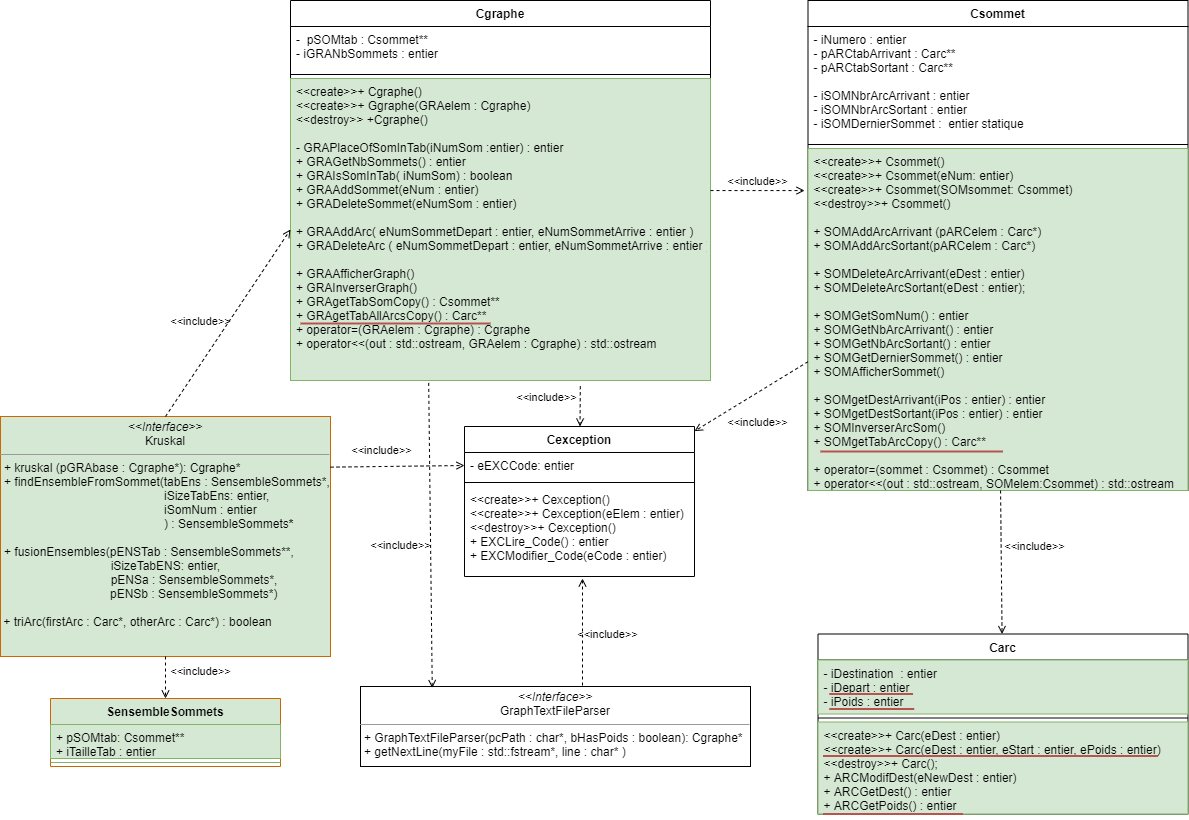
This is ClassDiagram.png from Banalian/ProjetTutCppGraphs, a draw.io export, as it was before one commit. Source tidied: cells renumbered, new cells last; positions are measured from the earlier drawing's top-left corner, leaving out a move shared by most shapes. Its diagram source:
```xml
<mxGraphModel>
  <root>
    <mxCell id="0" />
    <mxCell id="1" parent="0" />
    <mxCell id="2" value="Cgraphe" style="swimlane;fontStyle=1;align=center;verticalAlign=top;horizontal=1;startSize=26;" parent="1" vertex="1">
      <mxGeometry x="290" width="420" height="380" as="geometry" />
    </mxCell>
    <mxCell id="3" value="-  pSOMtab : Csommet**&#10;- iGRANbSommets : entier" style="text;strokeColor=none;fillColor=none;align=left;verticalAlign=top;spacingLeft=4;spacingRight=4;overflow=hidden;" parent="2" vertex="1">
      <mxGeometry y="26" width="420" height="44" as="geometry" />
    </mxCell>
    <mxCell id="4" style="line;strokeWidth=1;fillColor=none;align=left;verticalAlign=middle;spacingTop=-1;spacingLeft=3;spacingRight=3;labelPosition=right;" parent="2" vertex="1">
      <mxGeometry y="70" width="420" height="8" as="geometry" />
    </mxCell>
    <mxCell id="5" value="&lt;&lt;create&gt;&gt;+ Cgraphe()&#10;&lt;&lt;create&gt;&gt;+ Ggraphe(GRAelem : Cgraphe)&#10;&lt;&lt;destroy&gt;&gt; +Cgraphe()&#10;&#10;- GRAPlaceOfSomInTab(iNumSom :entier) : entier&#10;+ GRAGetNbSommets() : entier&#10;+ GRAIsSomInTab( iNumSom) : boolean&#10;+ GRAAddSommet(eNum : entier)&#10;+ GRADeleteSommet(eNumSom : entier)&#10;&#10;+ GRAAddArc( eNumSommetDepart : entier, eNumSommetArrive : entier )&#10;+ GRADeleteArc ( eNumSommetDepart : entier, eNumSommetArrive : entier )&#10;&#10;+ GRAAfficherGraph()&#10;+ GRAInverserGraph()&#10;+ GRAgetTabSomCopy() : Csommet**&#10;+ GRAgetTabAllArcsCopy() : Carc**&#10;+ operator=(GRAelem : Cgraphe) : Cgraphe&#10;+ operator&lt;&lt;(out : std::ostream, GRAelem : Cgraphe) : std::ostream" style="text;strokeColor=#82b366;fillColor=#d5e8d4;align=left;verticalAlign=top;spacingLeft=4;spacingRight=4;overflow=hidden;points=[[0,0.5],[1,0.5]];portConstraint=eastwest;" parent="2" vertex="1">
      <mxGeometry y="78" width="420" height="302" as="geometry" />
    </mxCell>
    <mxCell id="6" value="Csommet" style="swimlane;fontStyle=1;align=center;verticalAlign=top;horizontal=1;startSize=26;" parent="1" vertex="1">
      <mxGeometry x="807.5" width="380" height="490" as="geometry" />
    </mxCell>
    <mxCell id="7" value="- iNumero : entier&#10;- pARCtabArrivant : Carc**&#10;- pARCtabSortant : Carc**&#10;&#10;- iSOMNbrArcArrivant : entier&#10;- iSOMNbrArcSortant : entier&#10;- iSOMDernierSommet :  entier statique" style="text;strokeColor=none;fillColor=none;align=left;verticalAlign=top;spacingLeft=4;spacingRight=4;overflow=hidden;" parent="6" vertex="1">
      <mxGeometry y="26" width="380" height="114" as="geometry" />
    </mxCell>
    <mxCell id="8" style="line;strokeWidth=1;fillColor=none;align=left;verticalAlign=middle;spacingTop=-1;spacingLeft=3;spacingRight=3;labelPosition=right;" parent="6" vertex="1">
      <mxGeometry y="140" width="380" height="8" as="geometry" />
    </mxCell>
    <mxCell id="9" value="&lt;&lt;create&gt;&gt;+ Csommet()&#10;&lt;&lt;create&gt;&gt;+ Csommet(eNum: entier)&#10;&lt;&lt;create&gt;&gt;+ Csommet(SOMsommet: Csommet)&#10;&lt;&lt;destroy&gt;&gt;+ Csommet()&#10;&#10;+ SOMAddArcArrivant (pARCelem : Carc*)&#10;+ SOMAddArcSortant(pARCelem : Carc*)&#10;&#10;+ SOMDeleteArcArrivant(eDest : entier)&#10;+ SOMDeleteArcSortant(eDest : entier);&#10;&#10;+ SOMGetSomNum() : entier&#10;+ SOMGetNbArcArrivant() : entier&#10;+ SOMGetNbArcSortant() : entier&#10;+ SOMGetDernierSommet() : entier&#10;+ SOMAfficherSommet()&#10;&#10;+ SOMgetDestArrivant(iPos : entier) : entier&#10;+ SOMgetDestSortant(iPos : entier) : entier&#10;+ SOMInverserArcSom()&#10;+ SOMgetTabArcCopy() : Carc**&#10;&#10;+ operator=(sommet : Csommet) : Csommet&#10;+ operator&lt;&lt;(out : std::ostream, SOMelem:Csommet) : std::ostream" style="text;strokeColor=#82b366;fillColor=#d5e8d4;align=left;verticalAlign=top;spacingLeft=4;spacingRight=4;overflow=hidden;points=[[0,0.5],[1,0.5]];portConstraint=eastwest;" parent="6" vertex="1">
      <mxGeometry y="148" width="380" height="342" as="geometry" />
    </mxCell>
    <mxCell id="10" value="Carc" style="swimlane;fontStyle=1;align=center;verticalAlign=top;horizontal=1;startSize=26;" parent="1" vertex="1">
      <mxGeometry x="817.5" y="633.5" width="370" height="180" as="geometry" />
    </mxCell>
    <mxCell id="11" value="- iDestination  : entier&#10;- iDepart : entier&#10;- iPoids : entier" style="text;strokeColor=#82b366;fillColor=#d5e8d4;align=left;verticalAlign=top;spacingLeft=4;spacingRight=4;overflow=hidden;" parent="10" vertex="1">
      <mxGeometry y="26" width="370" height="54" as="geometry" />
    </mxCell>
    <mxCell id="12" style="line;strokeWidth=1;fillColor=none;align=left;verticalAlign=middle;spacingTop=-1;spacingLeft=3;spacingRight=3;labelPosition=right;" parent="10" vertex="1">
      <mxGeometry y="80" width="370" height="8" as="geometry" />
    </mxCell>
    <mxCell id="13" value="&lt;&lt;create&gt;&gt;+ Carc(eDest : entier)&#10;&lt;&lt;create&gt;&gt;+ Carc(eDest : entier, eStart : entier, ePoids : entier)&#10;&lt;&lt;destroy&gt;&gt;+ Carc();&#10;+ ARCModifDest(eNewDest : entier)&#10;+ ARCGetDest() : entier&#10;+ ARCGetPoids() : entier" style="text;strokeColor=#82b366;fillColor=#d5e8d4;align=left;verticalAlign=top;spacingLeft=4;spacingRight=4;overflow=hidden;" parent="10" vertex="1">
      <mxGeometry y="88" width="370" height="92" as="geometry" />
    </mxCell>
    <mxCell id="14" value="Cexception" style="swimlane;fontStyle=1;align=center;verticalAlign=top;horizontal=1;startSize=26;" parent="1" vertex="1">
      <mxGeometry x="464" y="426" width="230" height="150" as="geometry" />
    </mxCell>
    <mxCell id="15" value="- eEXCCode: entier" style="text;strokeColor=none;fillColor=none;align=left;verticalAlign=top;spacingLeft=4;spacingRight=4;overflow=hidden;points=[[0,0.5],[1,0.5]];portConstraint=eastwest;" parent="14" vertex="1">
      <mxGeometry y="26" width="230" height="26" as="geometry" />
    </mxCell>
    <mxCell id="16" style="line;strokeWidth=1;fillColor=none;align=left;verticalAlign=middle;spacingTop=-1;spacingLeft=3;spacingRight=3;labelPosition=right;" parent="14" vertex="1">
      <mxGeometry y="52" width="230" height="8" as="geometry" />
    </mxCell>
    <mxCell id="17" value="&lt;&lt;create&gt;&gt;+ Cexception()&#10;&lt;&lt;create&gt;&gt;+ Cexception(eElem : entier)&#10;&lt;&lt;destroy&gt;&gt;+ Cexception()&#10;+ EXCLire_Code() : entier&#10;+ EXCModifier_Code(eCode : entier)" style="text;strokeColor=none;fillColor=none;align=left;verticalAlign=top;spacingLeft=4;spacingRight=4;overflow=hidden;points=[[0,0.5],[1,0.5]];portConstraint=eastwest;" parent="14" vertex="1">
      <mxGeometry y="60" width="230" height="90" as="geometry" />
    </mxCell>
    <mxCell id="18" value="&amp;lt;&amp;lt;include&amp;gt;&amp;gt;" style="html=1;verticalAlign=bottom;labelBackgroundColor=none;endArrow=open;endFill=0;dashed=1;" parent="1" edge="1" source="6" target="14">
      <mxGeometry x="0.19" y="33" relative="1" as="geometry" />
    </mxCell>
    <mxCell id="19" value="&amp;lt;&amp;lt;include&amp;gt;&amp;gt;" style="html=1;verticalAlign=bottom;labelBackgroundColor=none;endArrow=open;endFill=0;dashed=1;exitX=0.69;exitY=1.019;exitDx=0;exitDy=0;exitPerimeter=0;" parent="1" edge="1" source="5" target="14">
      <mxGeometry x="0.02" y="-34" relative="1" as="geometry" />
    </mxCell>
    <mxCell id="20" value="&amp;lt;&amp;lt;include&amp;gt;&amp;gt;" style="html=1;verticalAlign=bottom;labelBackgroundColor=none;endArrow=open;endFill=0;dashed=1;entryX=-0.009;entryY=0.123;entryDx=0;entryDy=0;entryPerimeter=0;" parent="1" edge="1" source="2" target="9">
      <mxGeometry relative="1" as="geometry" />
    </mxCell>
    <mxCell id="21" value="&amp;lt;&amp;lt;include&amp;gt;&amp;gt;" style="html=1;verticalAlign=bottom;labelBackgroundColor=none;endArrow=open;endFill=0;dashed=1;" parent="1" edge="1" source="6" target="10">
      <mxGeometry x="-0.1" y="33" relative="1" as="geometry" />
    </mxCell>
    <mxCell id="22" value="&lt;p style=&quot;margin: 0px ; margin-top: 4px ; text-align: center&quot;&gt;&lt;i&gt;&amp;lt;&amp;lt;Interface&amp;gt;&amp;gt;&lt;/i&gt;&lt;br&gt;&lt;span style=&quot;text-align: left&quot;&gt;GraphTextFileParser&lt;/span&gt;&lt;br&gt;&lt;/p&gt;&lt;hr size=&quot;1&quot;&gt;&lt;p style=&quot;margin: 0px ; margin-left: 4px&quot;&gt;+ GraphTextFileParser(pcPath : char*, bHasPoids : boolean): Cgraphe*&lt;br&gt;&lt;/p&gt;&lt;p style=&quot;margin: 0px ; margin-left: 4px&quot;&gt;+ getNextLine(myFile : std::fstream*, line : char* )&lt;/p&gt;" style="verticalAlign=top;align=left;overflow=fill;fontSize=12;fontFamily=Helvetica;html=1;" parent="1" vertex="1">
      <mxGeometry x="360" y="686" width="390" height="80" as="geometry" />
    </mxCell>
    <mxCell id="23" value="&amp;lt;&amp;lt;include&amp;gt;&amp;gt;" style="html=1;verticalAlign=bottom;labelBackgroundColor=none;endArrow=open;endFill=0;dashed=1;exitX=0.329;exitY=1.008;exitDx=0;exitDy=0;exitPerimeter=0;entryX=0.184;entryY=0.019;entryDx=0;entryDy=0;entryPerimeter=0;" parent="1" edge="1" source="5" target="22">
      <mxGeometry x="0.12" y="-30" relative="1" as="geometry" />
    </mxCell>
    <mxCell id="24" value="&amp;lt;&amp;lt;include&amp;gt;&amp;gt;" style="html=1;verticalAlign=bottom;labelBackgroundColor=none;endArrow=open;endFill=0;dashed=1;entryX=0.513;entryY=1.022;entryDx=0;entryDy=0;entryPerimeter=0;" parent="1" edge="1" target="17">
      <mxGeometry x="-0.22" y="-25" relative="1" as="geometry">
        <mxPoint x="582" y="685" as="sourcePoint" />
      </mxGeometry>
    </mxCell>
    <mxCell id="25" value="&lt;p style=&quot;margin: 4px 0px 0px ; text-align: center&quot;&gt;&lt;i&gt;&amp;lt;&amp;lt;Interface&amp;gt;&amp;gt;&lt;/i&gt;&lt;br&gt;&lt;span style=&quot;text-align: left&quot;&gt;Kruskal&lt;/span&gt;&lt;br&gt;&lt;/p&gt;&lt;hr size=&quot;1&quot;&gt;&lt;p style=&quot;margin: 0px ; margin-left: 4px&quot;&gt;+ kruskal (pGRAbase : Cgraphe*): Cgraphe*&lt;br&gt;&lt;/p&gt;&lt;p style=&quot;margin: 0px ; margin-left: 4px&quot;&gt;+ findEnsembleFromSommet(tabEns : SensembleSommets*,&lt;/p&gt;&lt;p style=&quot;margin: 0px ; margin-left: 4px&quot;&gt;&amp;nbsp; &amp;nbsp; &amp;nbsp; &amp;nbsp; &amp;nbsp; &amp;nbsp; &amp;nbsp; &amp;nbsp; &amp;nbsp; &amp;nbsp; &amp;nbsp; &amp;nbsp; &amp;nbsp; &amp;nbsp; &amp;nbsp; &amp;nbsp; &amp;nbsp; &amp;nbsp; &amp;nbsp; &amp;nbsp; &amp;nbsp; &amp;nbsp; &amp;nbsp; &amp;nbsp; iSizeTabEns: entier,&amp;nbsp;&lt;/p&gt;&lt;p style=&quot;margin: 0px ; margin-left: 4px&quot;&gt;&amp;nbsp; &amp;nbsp; &amp;nbsp; &amp;nbsp; &amp;nbsp; &amp;nbsp; &amp;nbsp; &amp;nbsp; &amp;nbsp; &amp;nbsp; &amp;nbsp; &amp;nbsp; &amp;nbsp; &amp;nbsp; &amp;nbsp; &amp;nbsp; &amp;nbsp; &amp;nbsp; &amp;nbsp; &amp;nbsp; &amp;nbsp; &amp;nbsp; &amp;nbsp; &amp;nbsp; iSomNum : entier&amp;nbsp;&lt;/p&gt;&lt;p style=&quot;margin: 0px ; margin-left: 4px&quot;&gt;&amp;nbsp; &amp;nbsp; &amp;nbsp; &amp;nbsp; &amp;nbsp; &amp;nbsp; &amp;nbsp; &amp;nbsp; &amp;nbsp; &amp;nbsp; &amp;nbsp; &amp;nbsp; &amp;nbsp; &amp;nbsp; &amp;nbsp; &amp;nbsp; &amp;nbsp; &amp;nbsp; &amp;nbsp; &amp;nbsp; &amp;nbsp; &amp;nbsp; &amp;nbsp; &amp;nbsp; ) :&amp;nbsp;SensembleSommets&lt;b&gt;*&lt;/b&gt;&lt;/p&gt;&lt;p style=&quot;margin: 0px ; margin-left: 4px&quot;&gt;&lt;b&gt;&lt;br&gt;&lt;/b&gt;&lt;/p&gt;&lt;p style=&quot;margin: 0px ; margin-left: 4px&quot;&gt;+ fusionEnsembles(pENSTab : SensembleSommets**,&amp;nbsp;&lt;/p&gt;&lt;p style=&quot;margin: 0px ; margin-left: 4px&quot;&gt;&amp;nbsp; &amp;nbsp; &amp;nbsp; &amp;nbsp; &amp;nbsp; &amp;nbsp; &amp;nbsp; &amp;nbsp; &amp;nbsp; &amp;nbsp; &amp;nbsp; &amp;nbsp; &amp;nbsp; &amp;nbsp; &amp;nbsp; &amp;nbsp; iSizeTabENS: entier,&amp;nbsp;&lt;/p&gt;&lt;p style=&quot;margin: 0px ; margin-left: 4px&quot;&gt;&amp;nbsp; &amp;nbsp; &amp;nbsp; &amp;nbsp; &amp;nbsp; &amp;nbsp; &amp;nbsp; &amp;nbsp; &amp;nbsp; &amp;nbsp; &amp;nbsp; &amp;nbsp; &amp;nbsp; &amp;nbsp; &amp;nbsp; &amp;nbsp; pENSa : SensembleSommets*,&amp;nbsp;&lt;/p&gt;&amp;nbsp; &amp;nbsp; &amp;nbsp; &amp;nbsp; &amp;nbsp; &amp;nbsp; &amp;nbsp; &amp;nbsp; &amp;nbsp; &amp;nbsp; &amp;nbsp; &amp;nbsp; &amp;nbsp; &amp;nbsp; &amp;nbsp; &amp;nbsp; &amp;nbsp;pENSb : SensembleSommets*)&lt;br&gt;&lt;br&gt;&amp;nbsp;+ triArc(firstArc : Carc*, otherArc : Carc*) : boolean" style="verticalAlign=top;align=left;overflow=fill;fontSize=12;fontFamily=Helvetica;html=1;fillColor=#d5e8d4;strokeColor=#CC6600;" parent="1" vertex="1">
      <mxGeometry y="416" width="330" height="240" as="geometry" />
    </mxCell>
    <mxCell id="26" style="line;strokeWidth=2;html=1;fillColor=#f8cecc;strokeColor=#b85450;" parent="1" vertex="1">
      <mxGeometry x="820" y="446" width="182.5" height="10" as="geometry" />
    </mxCell>
    <mxCell id="27" style="line;strokeWidth=2;html=1;fillColor=#f8cecc;strokeColor=#b85450;" parent="1" vertex="1">
      <mxGeometry x="828.8" y="688.5" width="83.8" height="10" as="geometry" />
    </mxCell>
    <mxCell id="28" style="line;strokeWidth=2;html=1;fillColor=#f8cecc;strokeColor=#b85450;" parent="1" vertex="1">
      <mxGeometry x="828.8" y="703.5" width="85" height="10" as="geometry" />
    </mxCell>
    <mxCell id="29" style="line;strokeWidth=2;html=1;fillColor=#f8cecc;strokeColor=#b85450;" parent="1" vertex="1">
      <mxGeometry x="822.5" y="808.5" width="140" height="10" as="geometry" />
    </mxCell>
    <mxCell id="30" style="line;strokeWidth=2;html=1;fillColor=#f8cecc;strokeColor=#b85450;" parent="1" vertex="1">
      <mxGeometry x="822.5" y="750.5" width="335" height="10" as="geometry" />
    </mxCell>
    <mxCell id="31" style="line;strokeWidth=2;html=1;fillColor=#f8cecc;strokeColor=#b85450;" parent="1" vertex="1">
      <mxGeometry x="300" y="318" width="190" height="10" as="geometry" />
    </mxCell>
    <mxCell id="32" value="&amp;lt;&amp;lt;include&amp;gt;&amp;gt;" style="html=1;verticalAlign=bottom;labelBackgroundColor=none;endArrow=open;endFill=0;dashed=1;exitX=0.5;exitY=0;exitDx=0;exitDy=0;entryX=0;entryY=0.5;entryDx=0;entryDy=0;" parent="1" edge="1" source="25" target="5">
      <mxGeometry x="-0.19" y="19" relative="1" as="geometry" />
    </mxCell>
    <mxCell id="33" value="&amp;lt;&amp;lt;include&amp;gt;&amp;gt;" style="html=1;verticalAlign=bottom;labelBackgroundColor=none;endArrow=open;endFill=0;dashed=1;exitX=1;exitY=0.211;exitDx=0;exitDy=0;entryX=0;entryY=0.5;entryDx=0;entryDy=0;exitPerimeter=0;" parent="1" edge="1" source="25" target="15">
      <mxGeometry x="-0.25" y="7" relative="1" as="geometry" />
    </mxCell>
    <mxCell id="34" value="SensembleSommets" style="swimlane;fontStyle=1;align=center;verticalAlign=top;horizontal=1;startSize=26;fillColor=#d5e8d4;strokeColor=#CC6600;" parent="1" vertex="1">
      <mxGeometry x="50" y="698" width="230" height="68" as="geometry" />
    </mxCell>
    <mxCell id="35" value="+ pSOMtab: Csommet**&#10;+ iTailleTab : entier" style="text;strokeColor=#82b366;fillColor=#d5e8d4;align=left;verticalAlign=top;spacingLeft=4;spacingRight=4;overflow=hidden;" parent="34" vertex="1">
      <mxGeometry y="26" width="230" height="34" as="geometry" />
    </mxCell>
    <mxCell id="36" style="line;strokeWidth=1;fillColor=#d5e8d4;align=left;verticalAlign=middle;spacingTop=-1;spacingLeft=3;spacingRight=3;labelPosition=right;strokeColor=#82b366;" parent="34" vertex="1">
      <mxGeometry y="60" width="230" height="8" as="geometry" />
    </mxCell>
    <mxCell id="37" value="&amp;lt;&amp;lt;include&amp;gt;&amp;gt;" style="html=1;verticalAlign=bottom;labelBackgroundColor=none;endArrow=open;endFill=0;dashed=1;exitX=0.5;exitY=1;exitDx=0;exitDy=0;entryX=0.5;entryY=0;entryDx=0;entryDy=0;" parent="1" edge="1" source="25" target="34">
      <mxGeometry x="0.14" y="35" relative="1" as="geometry" />
    </mxCell>
  </root>
</mxGraphModel>
```
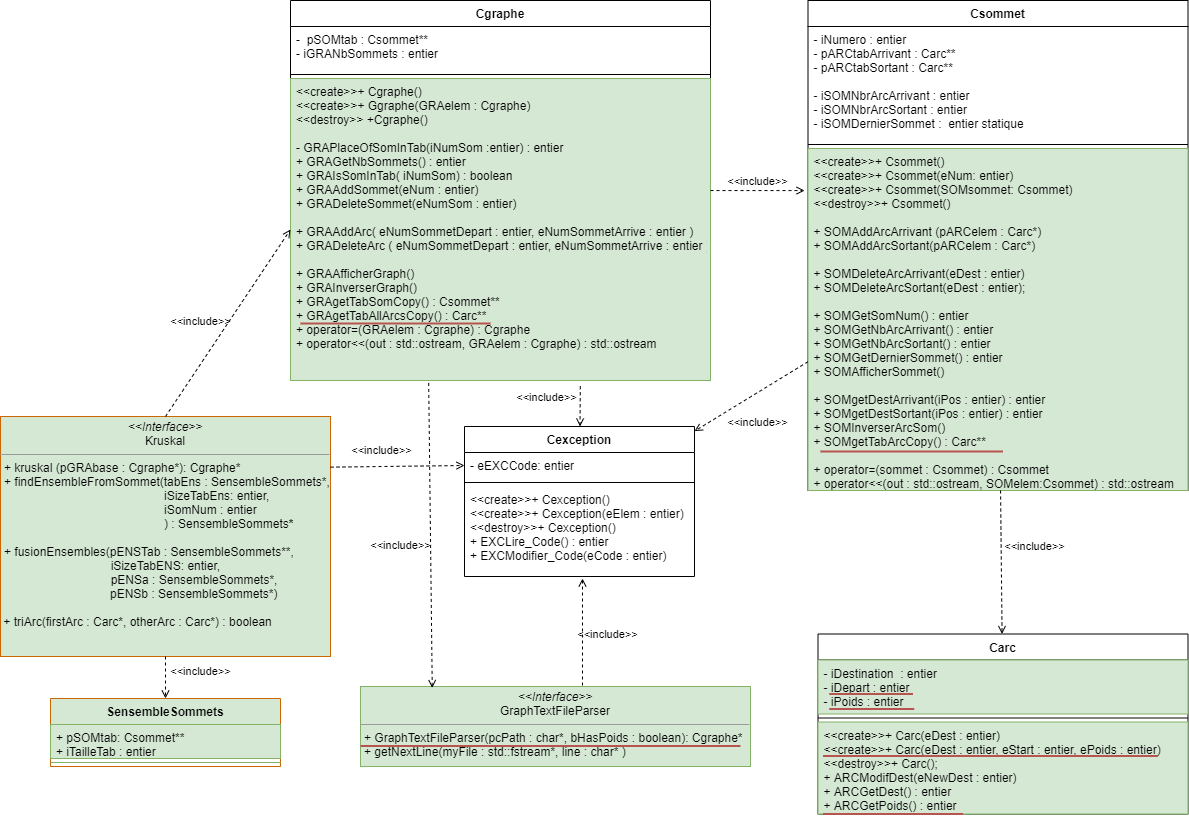
Later version of the same file.

Diff of the diagram source:
```diff
@@ -62,7 +62,7 @@
     <mxCell id="21" value="&amp;lt;&amp;lt;include&amp;gt;&amp;gt;" style="html=1;verticalAlign=bottom;labelBackgroundColor=none;endArrow=open;endFill=0;dashed=1;" parent="1" edge="1" source="6" target="10">
       <mxGeometry x="-0.1" y="33" relative="1" as="geometry" />
     </mxCell>
-    <mxCell id="22" value="&lt;p style=&quot;margin: 0px ; margin-top: 4px ; text-align: center&quot;&gt;&lt;i&gt;&amp;lt;&amp;lt;Interface&amp;gt;&amp;gt;&lt;/i&gt;&lt;br&gt;&lt;span style=&quot;text-align: left&quot;&gt;GraphTextFileParser&lt;/span&gt;&lt;br&gt;&lt;/p&gt;&lt;hr size=&quot;1&quot;&gt;&lt;p style=&quot;margin: 0px ; margin-left: 4px&quot;&gt;+ GraphTextFileParser(pcPath : char*, bHasPoids : boolean): Cgraphe*&lt;br&gt;&lt;/p&gt;&lt;p style=&quot;margin: 0px ; margin-left: 4px&quot;&gt;+ getNextLine(myFile : std::fstream*, line : char* )&lt;/p&gt;" style="verticalAlign=top;align=left;overflow=fill;fontSize=12;fontFamily=Helvetica;html=1;" parent="1" vertex="1">
+    <mxCell id="22" value="&lt;p style=&quot;margin: 0px ; margin-top: 4px ; text-align: center&quot;&gt;&lt;i&gt;&amp;lt;&amp;lt;Interface&amp;gt;&amp;gt;&lt;/i&gt;&lt;br&gt;&lt;span style=&quot;text-align: left&quot;&gt;GraphTextFileParser&lt;/span&gt;&lt;br&gt;&lt;/p&gt;&lt;hr size=&quot;1&quot;&gt;&lt;p style=&quot;margin: 0px ; margin-left: 4px&quot;&gt;+ GraphTextFileParser(pcPath : char*, bHasPoids : boolean): Cgraphe*&lt;br&gt;&lt;/p&gt;&lt;p style=&quot;margin: 0px ; margin-left: 4px&quot;&gt;+ getNextLine(myFile : std::fstream*, line : char* )&lt;/p&gt;" style="verticalAlign=top;align=left;overflow=fill;fontSize=12;fontFamily=Helvetica;html=1;fillColor=#d5e8d4;strokeColor=#82b366;" parent="1" vertex="1">
       <mxGeometry x="360" y="686" width="390" height="80" as="geometry" />
     </mxCell>
     <mxCell id="23" value="&amp;lt;&amp;lt;include&amp;gt;&amp;gt;" style="html=1;verticalAlign=bottom;labelBackgroundColor=none;endArrow=open;endFill=0;dashed=1;exitX=0.329;exitY=1.008;exitDx=0;exitDy=0;exitPerimeter=0;entryX=0.184;entryY=0.019;entryDx=0;entryDy=0;entryPerimeter=0;" parent="1" edge="1" source="5" target="22">
@@ -112,5 +112,8 @@
     <mxCell id="37" value="&amp;lt;&amp;lt;include&amp;gt;&amp;gt;" style="html=1;verticalAlign=bottom;labelBackgroundColor=none;endArrow=open;endFill=0;dashed=1;exitX=0.5;exitY=1;exitDx=0;exitDy=0;entryX=0.5;entryY=0;entryDx=0;entryDy=0;" parent="1" edge="1" source="25" target="34">
       <mxGeometry x="0.14" y="35" relative="1" as="geometry" />
     </mxCell>
+    <mxCell id="38" style="line;strokeWidth=2;html=1;fillColor=#f8cecc;strokeColor=#b85450;" parent="1" vertex="1">
+      <mxGeometry x="360" y="740.5" width="380" height="10" as="geometry" />
+    </mxCell>
   </root>
 </mxGraphModel>
```
